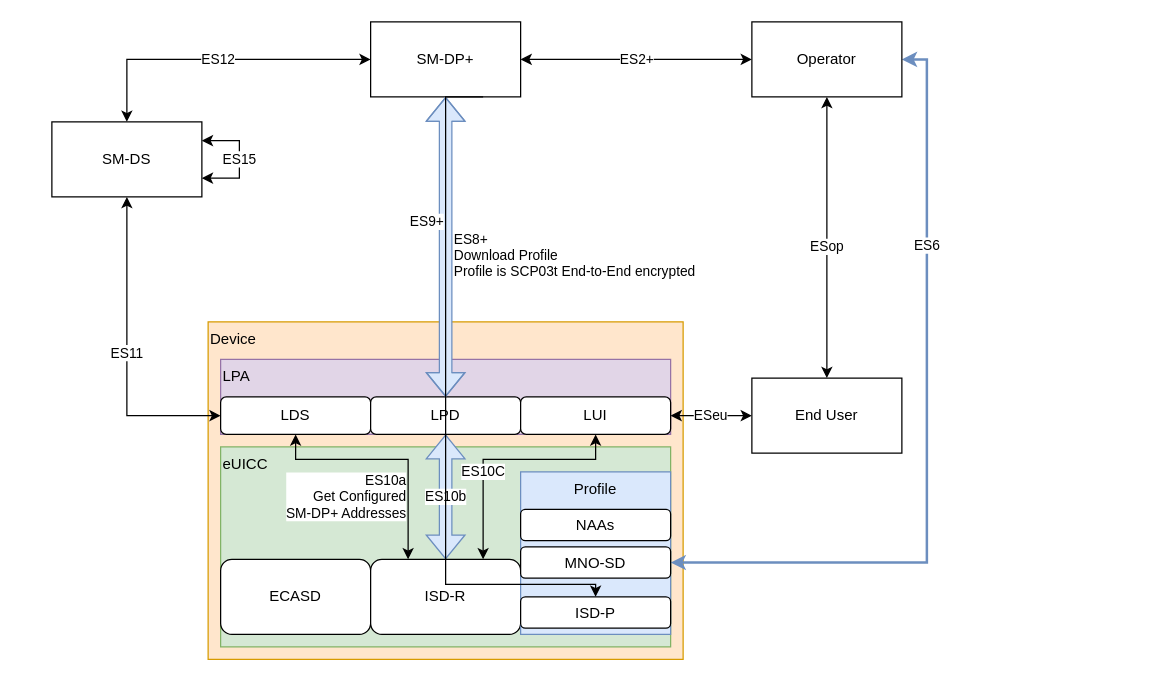
koblibri/master_thesis keeps this draw.io diagram as drawio/consumer_actors_interfaces.drawio. Above is the earlier version. Source tidied: cells renumbered, new cells numbered last; positions are measured from the earlier drawing's top-left corner, leaving out a move shared by most shapes. Both pictures are drawn from the tidied source at 125%, with x=0, y=0 at pixel (51, 21).
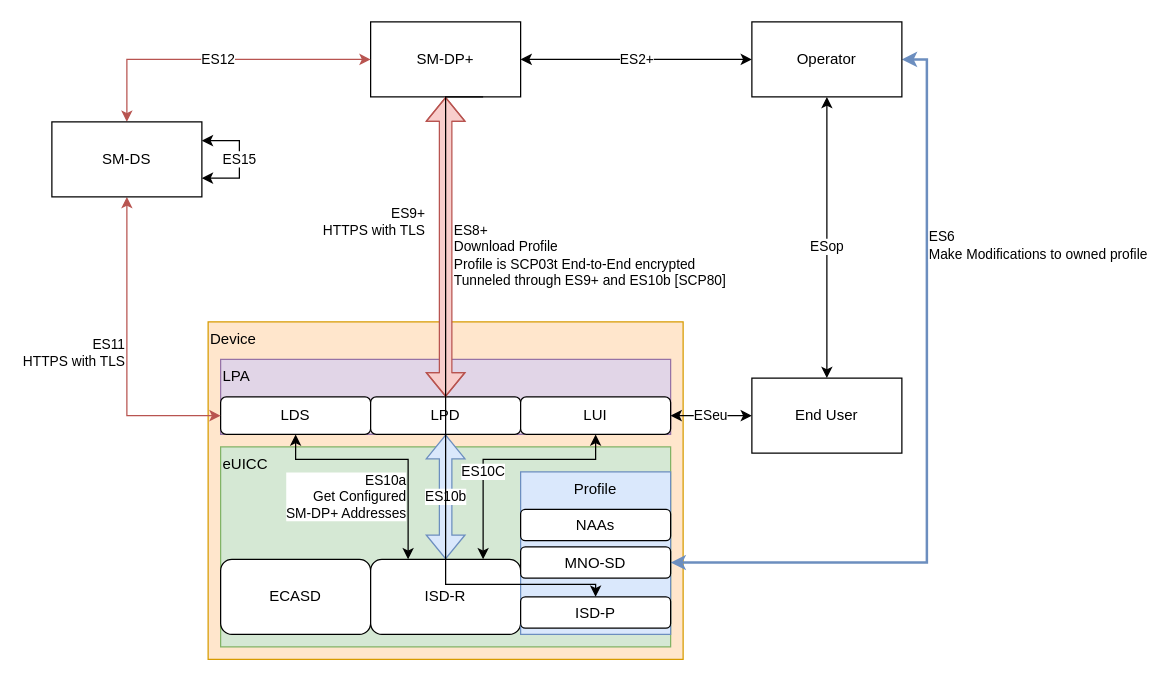
After the change.

Unchanged cells that the change refers to:
```xml
<mxCell id="3" value="SM-DP+" style="rounded=0;whiteSpace=wrap;html=1;" parent="1" vertex="1">
  <mxGeometry x="255" width="120" height="60" as="geometry" />
</mxCell>
<mxCell id="8" value="LDS" style="rounded=1;whiteSpace=wrap;html=1;" parent="1" vertex="1">
  <mxGeometry x="135" y="300" width="120" height="30" as="geometry" />
</mxCell>
<mxCell id="10" value="LPD" style="rounded=1;whiteSpace=wrap;html=1;" parent="1" vertex="1">
  <mxGeometry x="255" y="300" width="120" height="30" as="geometry" />
</mxCell>
<mxCell id="15" value="SM-DS" style="rounded=0;whiteSpace=wrap;html=1;" parent="1" vertex="1">
  <mxGeometry y="80" width="120" height="60" as="geometry" />
</mxCell>
<mxCell id="18" value="Operator" style="rounded=0;whiteSpace=wrap;html=1;" parent="1" vertex="1">
  <mxGeometry x="560" width="120" height="60" as="geometry" />
</mxCell>
<mxCell id="23" value="ISD-P" style="rounded=1;whiteSpace=wrap;html=1;" parent="1" vertex="1">
  <mxGeometry x="375" y="460" width="120" height="25" as="geometry" />
</mxCell>
<mxCell id="28" value="MNO-SD" style="rounded=1;whiteSpace=wrap;html=1;" parent="1" vertex="1">
  <mxGeometry x="375" y="420" width="120" height="25" as="geometry" />
</mxCell>
```

What changed in the source:
```diff
@@
-    <mxCell id="13" value="ES11" style="edgeStyle=orthogonalEdgeStyle;rounded=0;jettySize=auto;html=1;exitX=0.5;exitY=1;exitDx=0;exitDy=0;entryX=0;entryY=0.5;entryDx=0;entryDy=0;startArrow=classic;startFill=1;" parent="1" edge="1" source="15" target="8">
+    <mxCell id="13" value="ES11&lt;br&gt;HTTPS with TLS" style="edgeStyle=orthogonalEdgeStyle;rounded=0;jettySize=auto;html=1;exitX=0.5;exitY=1;exitDx=0;exitDy=0;entryX=0;entryY=0.5;entryDx=0;entryDy=0;startArrow=classic;startFill=1;fillColor=#f8cecc;strokeColor=#b85450;align=right;" parent="1" edge="1" source="15" target="8">
       <mxGeometry relative="1" as="geometry" />
     </mxCell>
-    <mxCell id="14" value="ES12" style="edgeStyle=orthogonalEdgeStyle;rounded=0;jettySize=auto;html=1;exitX=0.5;exitY=0;exitDx=0;exitDy=0;entryX=0;entryY=0.5;entryDx=0;entryDy=0;startArrow=classic;startFill=1;" parent="1" edge="1" source="15" target="3">
+    <mxCell id="14" value="ES12" style="edgeStyle=orthogonalEdgeStyle;rounded=0;jettySize=auto;html=1;exitX=0.5;exitY=0;exitDx=0;exitDy=0;entryX=0;entryY=0.5;entryDx=0;entryDy=0;startArrow=classic;startFill=1;fillColor=#f8cecc;strokeColor=#b85450;" parent="1" edge="1" source="15" target="3">
       <mxGeometry relative="1" as="geometry" />
     </mxCell>
@@
-    <mxCell id="17" value="ES6" style="edgeStyle=orthogonalEdgeStyle;rounded=0;jettySize=auto;html=1;exitX=1;exitY=0.5;exitDx=0;exitDy=0;entryX=1;entryY=0.5;entryDx=0;entryDy=0;startArrow=classic;startFill=1;fillColor=#dae8fc;strokeColor=#6c8ebf;strokeWidth=2;" parent="1" edge="1" source="18" target="28">
+    <mxCell id="17" value="ES6&lt;br&gt;Make Modifications to owned profile" style="edgeStyle=orthogonalEdgeStyle;rounded=0;jettySize=auto;html=1;exitX=1;exitY=0.5;exitDx=0;exitDy=0;entryX=1;entryY=0.5;entryDx=0;entryDy=0;startArrow=classic;startFill=1;fillColor=#dae8fc;strokeColor=#6c8ebf;strokeWidth=2;align=left;" parent="1" edge="1" source="18" target="28">
       <mxGeometry x="-0.46" relative="1" as="geometry" />
     </mxCell>
@@
-    <mxCell id="24" value="ES9+" style="edgeStyle=orthogonalEdgeStyle;rounded=0;jettySize=auto;html=1;exitX=0.5;exitY=1;exitDx=0;exitDy=0;entryX=0.5;entryY=0;entryDx=0;entryDy=0;startArrow=classic;startFill=1;shape=flexArrow;fillColor=#dae8fc;strokeColor=#6c8ebf;" parent="1" edge="1" source="3" target="10">
+    <mxCell id="24" value="ES9+&lt;br&gt;&lt;div style=&quot;&quot;&gt;HTTPS with TLS&lt;/div&gt;" style="edgeStyle=orthogonalEdgeStyle;rounded=0;jettySize=auto;html=1;exitX=0.5;exitY=1;exitDx=0;exitDy=0;entryX=0.5;entryY=0;entryDx=0;entryDy=0;startArrow=classic;startFill=1;shape=flexArrow;fillColor=#f8cecc;strokeColor=#b85450;align=right;" parent="1" edge="1" source="3" target="10">
       <mxGeometry x="-0.17" y="-15" relative="1" as="geometry">
         <Array as="points">
           <mxPoint x="315" y="180" />
           <mxPoint x="315" y="180" />
         </Array>
       </mxGeometry>
     </mxCell>
@@
-    <mxCell id="29" value="ES8+&lt;br&gt;&lt;div&gt;Download Profile&lt;/div&gt;Profile is SCP03t End-to-End encrypted" style="edgeStyle=orthogonalEdgeStyle;rounded=0;jettySize=auto;html=1;exitX=0.75;exitY=1;exitDx=0;exitDy=0;entryX=0.5;entryY=0;entryDx=0;entryDy=0;startArrow=none;startFill=1;align=left;" parent="1" edge="1" source="3" target="23">
+    <mxCell id="29" value="ES8+&lt;br&gt;&lt;div&gt;Download Profile&lt;/div&gt;Profile is SCP03t End-to-End encrypted&lt;br&gt;Tunneled through ES9+ and ES10b [SCP80]&lt;br&gt;" style="edgeStyle=orthogonalEdgeStyle;rounded=0;jettySize=auto;html=1;exitX=0.75;exitY=1;exitDx=0;exitDy=0;entryX=0.5;entryY=0;entryDx=0;entryDy=0;startArrow=none;startFill=1;align=left;" parent="1" edge="1" source="3" target="23">
       <mxGeometry x="-0.43" y="5" relative="1" as="geometry">
         <Array as="points">
           <mxPoint x="315" y="60" />
           <mxPoint x="315" y="450" />
           <mxPoint x="435" y="450" />
         </Array>
       </mxGeometry>
     </mxCell>
```
